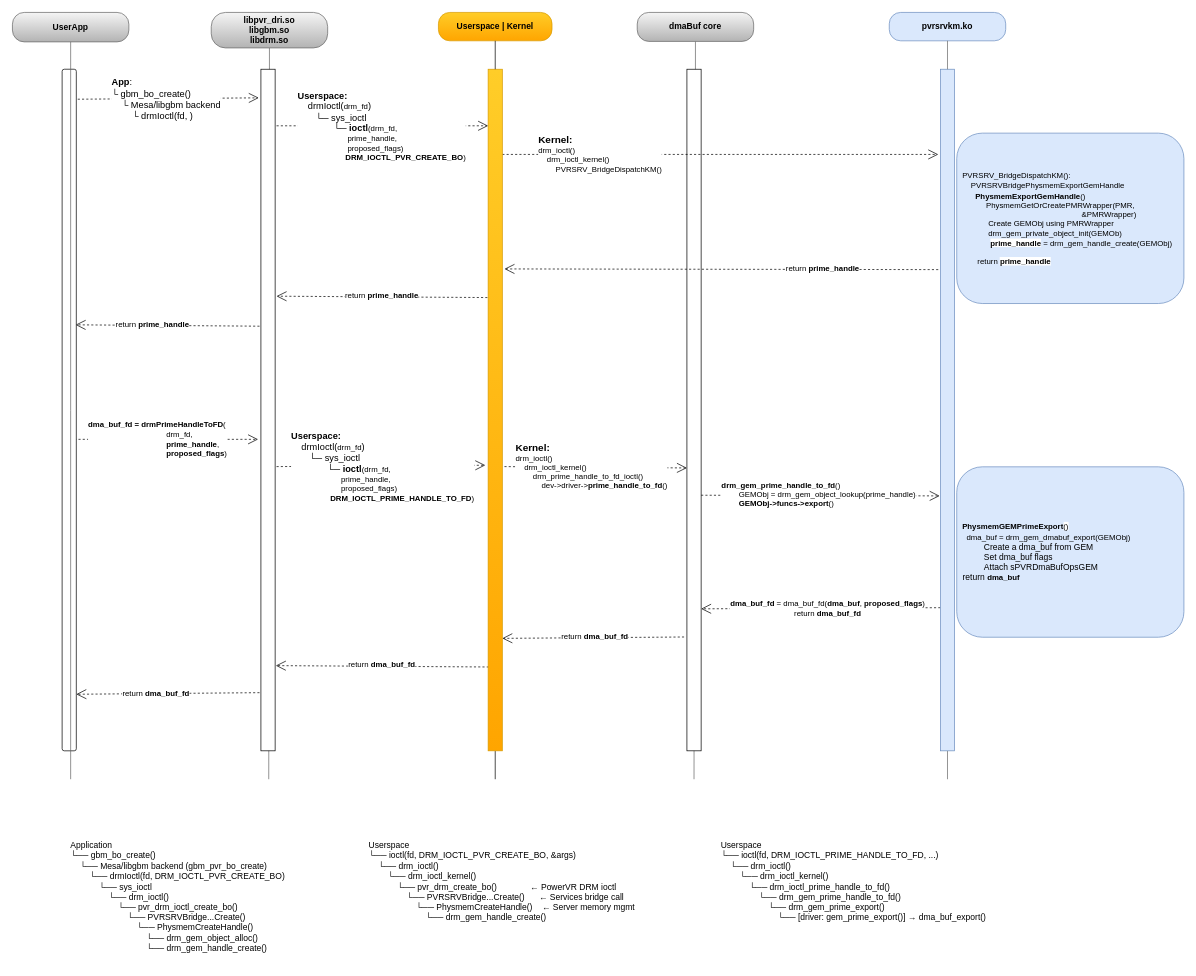
The draw.io diagram diagram/graphics/GEMHandle.drawio in faijurrahman/kernel-mainline, before the edit. Source tidied: cells renumbered, new cells numbered last; positions are measured from the earlier drawing's top-left corner, leaving out a move shared by most shapes. Both pictures are drawn from the tidied source at 71%, with x=0, y=0 at pixel (12, 12).
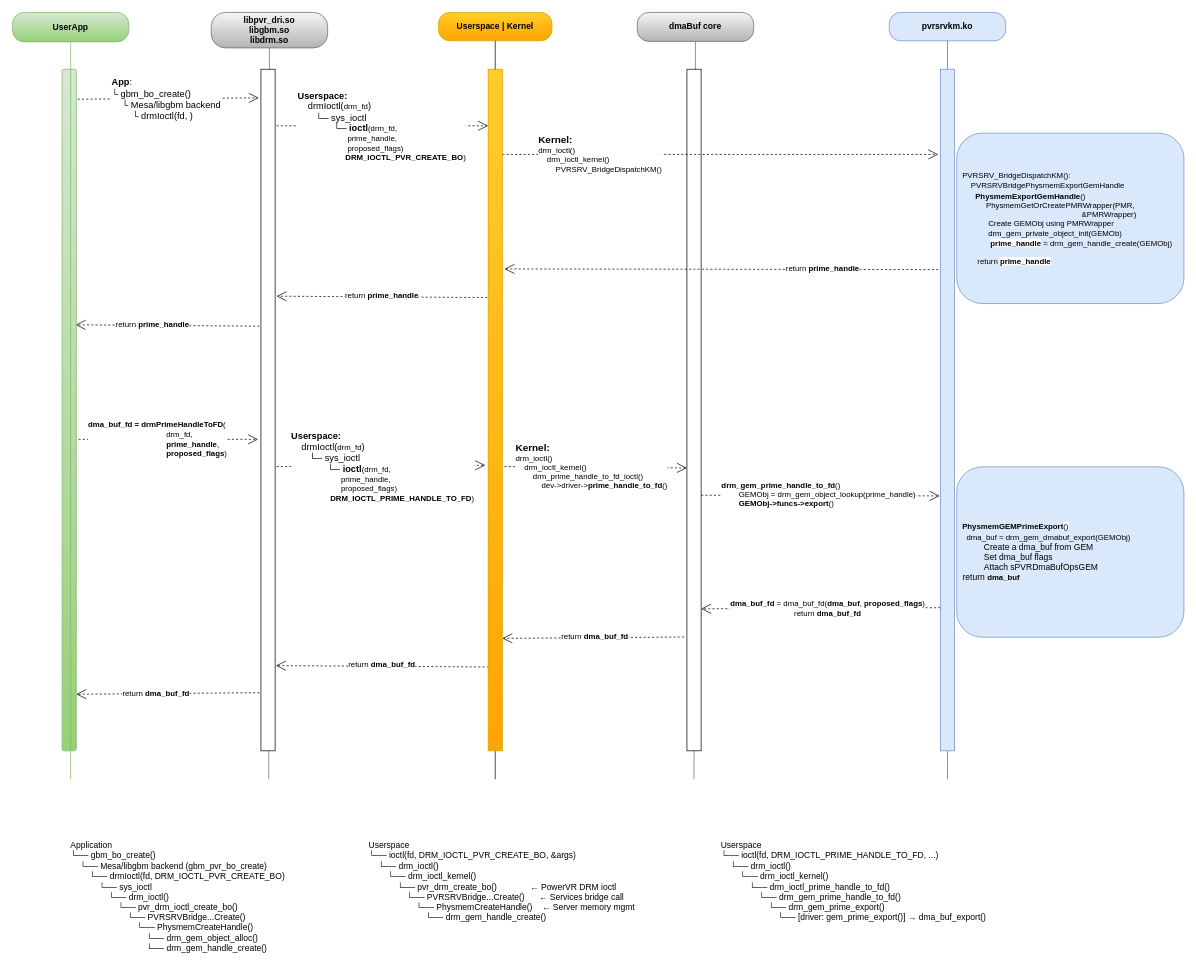
The same diagram, later.

The change refers to these unchanged cells:
```xml
<mxCell id="50" style="group;" parent="1" vertex="1">
  <mxGeometry width="164" height="1080" as="geometry" />
</mxCell>
```

What changed in the source:
```diff
@@
-    <mxCell id="51" style="rounded=1;whiteSpace=wrap;html=1;" parent="50" vertex="1">
+    <mxCell id="51" style="rounded=1;whiteSpace=wrap;html=1;fillColor=#d5e8d4;gradientColor=#97d077;strokeColor=#82b366;" parent="50" vertex="1">
       <mxGeometry x="70" y="80" width="20" height="960" as="geometry" />
     </mxCell>
-    <mxCell id="52" value="&lt;b&gt;UserApp&lt;/b&gt;" style="rounded=1;whiteSpace=wrap;html=1;arcSize=40;fillColor=#f5f5f5;strokeColor=#666666;gradientColor=#b3b3b3;" parent="50" vertex="1">
+    <mxCell id="52" value="&lt;b&gt;UserApp&lt;/b&gt;" style="rounded=1;whiteSpace=wrap;html=1;arcSize=40;fillColor=#d5e8d4;strokeColor=#82b366;gradientColor=#97d077;" parent="50" vertex="1">
       <mxGeometry width="164" height="41.5" as="geometry" />
     </mxCell>
-    <mxCell id="53" style="edgeStyle=orthogonalEdgeStyle;html=1;verticalAlign=bottom;endArrow=none;endSize=8;strokeColor=#666666;rounded=0;fillColor=#f5f5f5;gradientColor=#b3b3b3;endFill=0;" parent="50" edge="1" source="52">
+    <mxCell id="53" style="edgeStyle=orthogonalEdgeStyle;html=1;verticalAlign=bottom;endArrow=none;endSize=8;strokeColor=#82b366;rounded=0;fillColor=#d5e8d4;gradientColor=#97d077;endFill=0;" parent="50" edge="1" source="52">
       <mxGeometry relative="1" as="geometry">
         <mxPoint x="82" y="1080" as="targetPoint" />
       </mxGeometry>
     </mxCell>
```
